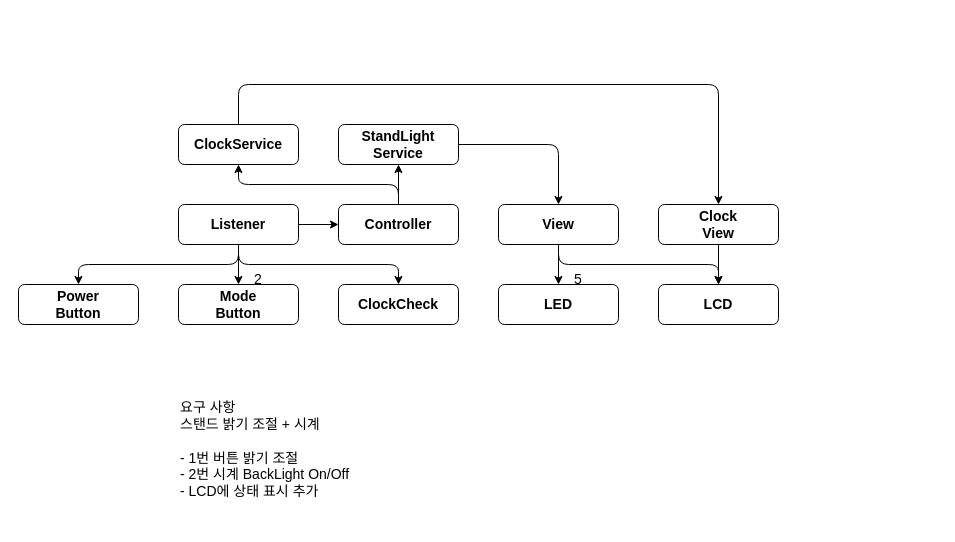
Earlier version of the draw.io diagram page "Page-5" (5 of 5) of sw_design/architecture.drawio (Code-Jiugae/StandLight_Clock_Temperature). Source tidied: cells renumbered, new cells numbered last; positions are measured from the earlier drawing's top-left corner, leaving out a move shared by most shapes. Both pictures are drawn from the tidied source at 100%, with x=0, y=0 at pixel (18, 84).
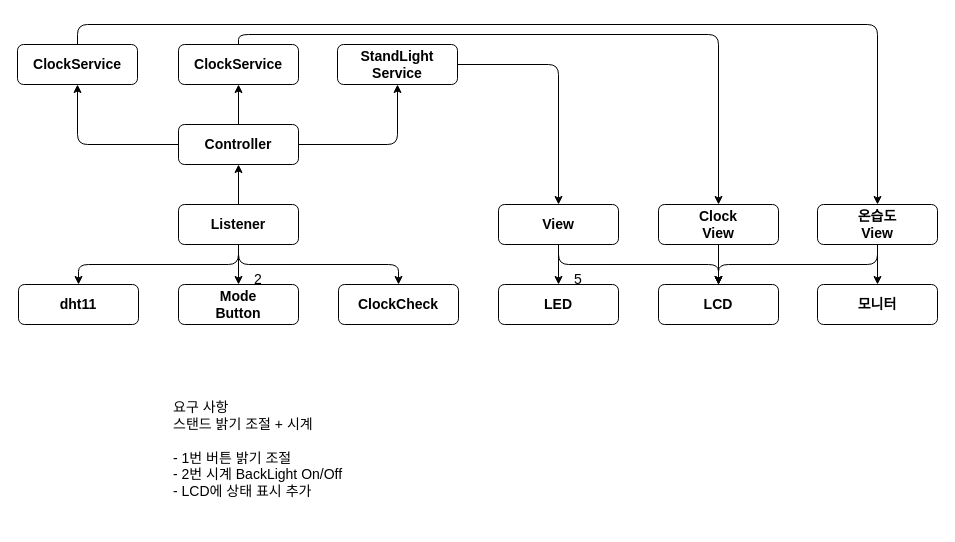
After the change.

Unchanged cells that the change refers to:
```xml
<mxCell id="6" value="&lt;b&gt;&lt;font style=&quot;font-size: 14px&quot;&gt;Listener&lt;/font&gt;&lt;/b&gt;" style="rounded=1;whiteSpace=wrap;html=1;" parent="1" vertex="1">
  <mxGeometry x="160" y="120" width="120" height="40" as="geometry" />
</mxCell>
<mxCell id="14" value="&lt;b&gt;&lt;font style=&quot;font-size: 14px&quot;&gt;View&lt;/font&gt;&lt;/b&gt;" style="rounded=1;whiteSpace=wrap;html=1;" parent="1" vertex="1">
  <mxGeometry x="480" y="120" width="120" height="40" as="geometry" />
</mxCell>
<mxCell id="16" value="&lt;b&gt;&lt;font style=&quot;font-size: 14px&quot;&gt;LCD&lt;/font&gt;&lt;/b&gt;" style="rounded=1;whiteSpace=wrap;html=1;" parent="1" vertex="1">
  <mxGeometry x="640" y="200" width="120" height="40" as="geometry" />
</mxCell>
<mxCell id="22" value="&lt;b&gt;&lt;font style=&quot;font-size: 14px&quot;&gt;Clock&lt;br&gt;View&lt;/font&gt;&lt;/b&gt;" style="rounded=1;whiteSpace=wrap;html=1;" parent="1" vertex="1">
  <mxGeometry x="640" y="120" width="120" height="40" as="geometry" />
</mxCell>
```

What changed in the source:
```diff
@@
-    <mxCell id="5" style="edgeStyle=orthogonalEdgeStyle;html=1;exitX=0.5;exitY=1;exitDx=0;exitDy=0;entryX=0.5;entryY=0;entryDx=0;entryDy=0;" parent="1" edge="1" source="6" target="26">
-      <mxGeometry relative="1" as="geometry" />
-    </mxCell>
+    <mxCell id="27" style="edgeStyle=orthogonalEdgeStyle;html=1;exitX=0.5;exitY=1;exitDx=0;exitDy=0;entryX=0.5;entryY=0;entryDx=0;entryDy=0;" parent="1" edge="1" source="6" target="32">
+      <mxGeometry relative="1" as="geometry" />
+    </mxCell>
@@
+    <mxCell id="28" style="edgeStyle=orthogonalEdgeStyle;html=1;" parent="1" edge="1" source="9" target="31">
+      <mxGeometry relative="1" as="geometry" />
+    </mxCell>
+    <mxCell id="29" style="edgeStyle=orthogonalEdgeStyle;html=1;exitX=0;exitY=0.5;exitDx=0;exitDy=0;entryX=0.5;entryY=1;entryDx=0;entryDy=0;" parent="1" edge="1" source="9" target="34">
+      <mxGeometry relative="1" as="geometry" />
+    </mxCell>
-    <mxCell id="8" style="edgeStyle=none;html=1;fontSize=14;rounded=1;" parent="1" edge="1" source="9" target="11">
+    <mxCell id="8" style="edgeStyle=orthogonalEdgeStyle;html=1;exitX=1;exitY=0.5;exitDx=0;exitDy=0;entryX=0.5;entryY=1;entryDx=0;entryDy=0;" parent="1" edge="1" source="9" target="11">
       <mxGeometry relative="1" as="geometry" />
     </mxCell>
     <mxCell id="9" value="&lt;b&gt;&lt;font style=&quot;font-size: 14px&quot;&gt;Controller&lt;/font&gt;&lt;/b&gt;" style="rounded=1;whiteSpace=wrap;html=1;" parent="1" vertex="1">
-      <mxGeometry x="320" y="120" width="120" height="40" as="geometry" />
+      <mxGeometry x="160" y="40" width="120" height="40" as="geometry" />
     </mxCell>
-    <mxCell id="10" style="edgeStyle=none;html=1;exitX=1;exitY=0.5;exitDx=0;exitDy=0;entryX=0.5;entryY=0;entryDx=0;entryDy=0;fontSize=14;rounded=1;" parent="1" edge="1" source="11" target="14">
-      <mxGeometry relative="1" as="geometry">
-        <Array as="points">
-          <mxPoint x="540" y="60" />
-        </Array>
-      </mxGeometry>
+    <mxCell id="10" style="edgeStyle=orthogonalEdgeStyle;html=1;exitX=1;exitY=0.5;exitDx=0;exitDy=0;entryX=0.5;entryY=0;entryDx=0;entryDy=0;" parent="1" edge="1" source="11" target="14">
+      <mxGeometry relative="1" as="geometry" />
     </mxCell>
     <mxCell id="11" value="&lt;b&gt;&lt;font style=&quot;font-size: 14px&quot;&gt;StandLight&lt;br&gt;Service&lt;/font&gt;&lt;/b&gt;" style="rounded=1;whiteSpace=wrap;html=1;" parent="1" vertex="1">
-      <mxGeometry x="320" y="40" width="120" height="40" as="geometry" />
+      <mxGeometry x="319" y="-40" width="120" height="40" as="geometry" />
     </mxCell>
@@
     <mxCell id="17" value="요구 사항&lt;br&gt;스탠드 밝기 조절 + 시계&lt;br&gt;&lt;br&gt;- 1번 버튼 밝기 조절&lt;br&gt;- 2번 시계 BackLight On/Off&lt;br&gt;- LCD에 상태 표시 추가" style="text;html=1;strokeColor=none;fillColor=none;align=left;verticalAlign=middle;whiteSpace=wrap;rounded=1;fontSize=14;" parent="1" vertex="1">
-      <mxGeometry x="160" y="290" width="520" height="150" as="geometry" />
+      <mxGeometry x="153" y="290" width="520" height="150" as="geometry" />
     </mxCell>
-    <mxCell id="18" value="&lt;span style=&quot;font-size: 14px&quot;&gt;&lt;b&gt;ClockService&lt;/b&gt;&lt;/span&gt;" style="rounded=1;whiteSpace=wrap;html=1;" parent="1" vertex="1">
-      <mxGeometry x="160" y="40" width="120" height="40" as="geometry" />
-    </mxCell>
-    <mxCell id="19" style="endArrow=classic;html=1;fontSize=14;entryX=0.5;entryY=1;entryDx=0;entryDy=0;exitX=0.5;exitY=0;exitDx=0;exitDy=0;rounded=1;" parent="1" edge="1" source="9" target="18">
-      <mxGeometry relative="1" as="geometry">
-        <Array as="points">
-          <mxPoint x="380" y="100" />
-          <mxPoint x="220" y="100" />
-        </Array>
-      </mxGeometry>
-    </mxCell>
-    <mxCell id="20" style="endArrow=classic;html=1;fontSize=14;exitX=0.5;exitY=0;exitDx=0;exitDy=0;entryX=0.5;entryY=0;entryDx=0;entryDy=0;rounded=1;" parent="1" edge="1" source="18" target="22">
-      <mxGeometry relative="1" as="geometry">
-        <Array as="points">
-          <mxPoint x="220" />
-          <mxPoint x="700" />
-        </Array>
-      </mxGeometry>
-    </mxCell>
+    <mxCell id="30" style="edgeStyle=orthogonalEdgeStyle;html=1;exitX=0.5;exitY=0;exitDx=0;exitDy=0;entryX=0.5;entryY=0;entryDx=0;entryDy=0;" parent="1" edge="1" source="31" target="22">
+      <mxGeometry relative="1" as="geometry" />
+    </mxCell>
+    <mxCell id="31" value="&lt;span style=&quot;font-size: 14px&quot;&gt;&lt;b&gt;ClockService&lt;/b&gt;&lt;/span&gt;" style="rounded=1;whiteSpace=wrap;html=1;" parent="1" vertex="1">
+      <mxGeometry x="160" y="-40" width="120" height="40" as="geometry" />
+    </mxCell>
@@
-    <mxCell id="26" value="&lt;span style=&quot;font-size: 14px&quot;&gt;&lt;b&gt;Power&lt;br&gt;Button&lt;/b&gt;&lt;/span&gt;" style="rounded=1;whiteSpace=wrap;html=1;" parent="1" vertex="1">
-      <mxGeometry y="200" width="120" height="40" as="geometry" />
-    </mxCell>
+    <mxCell id="32" value="&lt;span style=&quot;font-size: 14px&quot;&gt;&lt;b&gt;dht11&lt;/b&gt;&lt;/span&gt;" style="rounded=1;whiteSpace=wrap;html=1;" parent="1" vertex="1">
+      <mxGeometry y="200" width="120" height="40" as="geometry" />
+    </mxCell>
+    <mxCell id="33" style="edgeStyle=orthogonalEdgeStyle;rounded=1;jettySize=auto;html=1;exitX=0.5;exitY=0;exitDx=0;exitDy=0;entryX=0.5;entryY=0;entryDx=0;entryDy=0;" parent="1" edge="1" source="34" target="38">
+      <mxGeometry relative="1" as="geometry" />
+    </mxCell>
+    <mxCell id="34" value="&lt;span style=&quot;font-size: 14px&quot;&gt;&lt;b&gt;ClockService&lt;/b&gt;&lt;/span&gt;" style="rounded=1;whiteSpace=wrap;html=1;" parent="1" vertex="1">
+      <mxGeometry x="-1" y="-40" width="120" height="40" as="geometry" />
+    </mxCell>
+    <mxCell id="35" value="&lt;span style=&quot;font-size: 14px;&quot;&gt;&lt;b&gt;모니터&lt;/b&gt;&lt;/span&gt;" style="rounded=1;whiteSpace=wrap;html=1;" parent="1" vertex="1">
+      <mxGeometry x="799" y="200" width="120" height="40" as="geometry" />
+    </mxCell>
+    <mxCell id="36" style="edgeStyle=orthogonalEdgeStyle;rounded=0;jettySize=auto;html=1;" parent="1" edge="1" source="38" target="35">
+      <mxGeometry relative="1" as="geometry" />
+    </mxCell>
+    <mxCell id="37" style="edgeStyle=orthogonalEdgeStyle;rounded=1;jettySize=auto;html=1;exitX=0.5;exitY=1;exitDx=0;exitDy=0;entryX=0.5;entryY=0;entryDx=0;entryDy=0;" parent="1" edge="1" source="38" target="16">
+      <mxGeometry relative="1" as="geometry" />
+    </mxCell>
+    <mxCell id="38" value="&lt;span style=&quot;font-size: 14px;&quot;&gt;&lt;b&gt;온습도&lt;br&gt;View&lt;br&gt;&lt;/b&gt;&lt;/span&gt;" style="rounded=1;whiteSpace=wrap;html=1;" parent="1" vertex="1">
+      <mxGeometry x="799" y="120" width="120" height="40" as="geometry" />
+    </mxCell>
```
